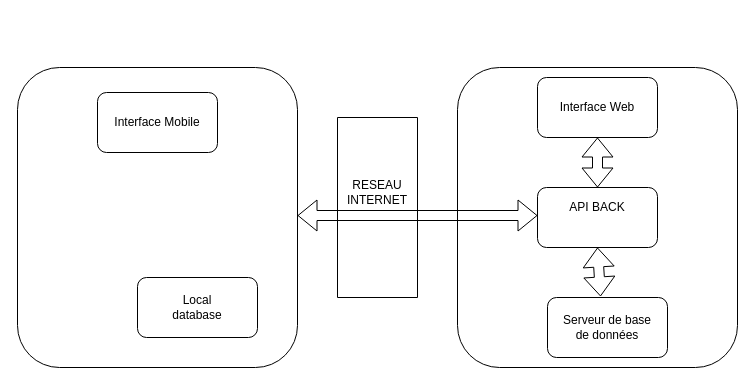
The draw.io diagram Architecture PNAFF.drawio in Abousidikou/BooksApi, before the edit. Source tidied: cells renumbered, new cells numbered last; positions are measured from the earlier drawing's top-left corner, leaving out a move shared by most shapes. Both pictures are drawn from the tidied source at 100%, with x=0, y=0 at pixel (17, 67).
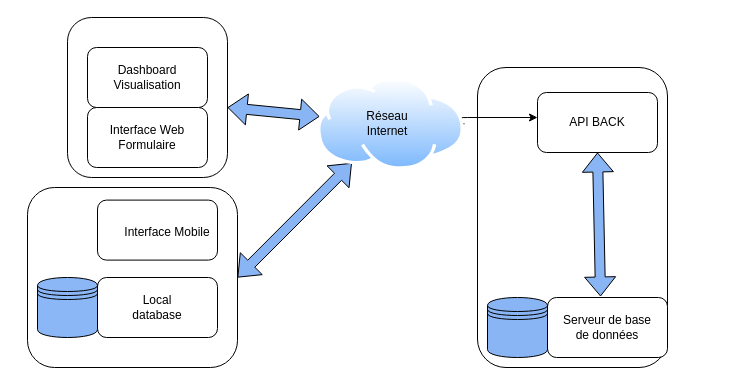
The same diagram, later.

Unchanged cells that the change refers to:
```xml
<mxCell id="8" style="rounded=1;whiteSpace=wrap;html=1;" parent="1" vertex="1">
  <mxGeometry x="530" y="230" width="120" height="60" as="geometry" />
</mxCell>
```

Change to the diagram source:
```diff
@@
-    <mxCell id="2" style="rounded=1;whiteSpace=wrap;html=1;" parent="1" vertex="1">
-      <mxGeometry width="280" height="300" as="geometry" />
+    <mxCell id="2" style="rounded=1;whiteSpace=wrap;html=1;gradientColor=none;" parent="1" vertex="1">
+      <mxGeometry x="10" y="120" width="210" height="180" as="geometry" />
     </mxCell>
     <mxCell id="3" style="rounded=1;whiteSpace=wrap;html=1;" parent="1" vertex="1">
-      <mxGeometry x="440" width="280" height="300" as="geometry" />
+      <mxGeometry x="460" width="190" height="300" as="geometry" />
     </mxCell>
     <mxCell id="4" style="rounded=1;whiteSpace=wrap;html=1;" parent="1" vertex="1">
-      <mxGeometry x="520" y="120" width="120" height="60" as="geometry" />
+      <mxGeometry x="520" y="25" width="120" height="60" as="geometry" />
     </mxCell>
-    <mxCell id="5" value="API BACK" style="text;html=1;strokeColor=none;fillColor=none;align=center;verticalAlign=middle;whiteSpace=wrap;rounded=0;" parent="1" vertex="1">
-      <mxGeometry x="550" y="125" width="60" height="30" as="geometry" />
+    <mxCell id="5" value="API BACK" style="text;html=1;strokeColor=none;fillColor=none;align=center;verticalAlign=middle;whiteSpace=wrap;rounded=1;" parent="1" vertex="1">
+      <mxGeometry x="550" y="40" width="60" height="30" as="geometry" />
     </mxCell>
-    <mxCell id="6" style="rounded=1;whiteSpace=wrap;html=1;" parent="1" vertex="1">
-      <mxGeometry x="120" y="210" width="120" height="60" as="geometry" />
+    <mxCell id="6" style="rounded=1;whiteSpace=wrap;html=1;labelBackgroundColor=none;" parent="1" vertex="1">
+      <mxGeometry x="80" y="210" width="120" height="60" as="geometry" />
     </mxCell>
-    <mxCell id="7" value="Local database" style="text;html=1;strokeColor=none;fillColor=none;align=center;verticalAlign=middle;whiteSpace=wrap;rounded=0;" parent="1" vertex="1">
-      <mxGeometry x="150" y="225" width="60" height="30" as="geometry" />
+    <mxCell id="7" value="Local database" style="text;html=1;strokeColor=none;fillColor=none;align=center;verticalAlign=middle;whiteSpace=wrap;rounded=1;" parent="1" vertex="1">
+      <mxGeometry x="110" y="225" width="60" height="30" as="geometry" />
     </mxCell>
@@
-    <mxCell id="9" value="Serveur de base de données" style="text;html=1;strokeColor=none;fillColor=none;align=center;verticalAlign=middle;whiteSpace=wrap;rounded=0;" parent="1" vertex="1">
+    <mxCell id="9" value="Serveur de base de données" style="text;html=1;strokeColor=none;fillColor=none;align=center;verticalAlign=middle;whiteSpace=wrap;rounded=1;" parent="1" vertex="1">
       <mxGeometry x="540" y="245" width="100" height="30" as="geometry" />
     </mxCell>
-    <mxCell id="10" style="rounded=1;whiteSpace=wrap;html=1;" parent="1" vertex="1">
-      <mxGeometry x="520" y="10" width="120" height="60" as="geometry" />
+    <mxCell id="10" style="rounded=1;whiteSpace=wrap;html=1;gradientColor=none;" parent="1" vertex="1">
+      <mxGeometry x="70" y="-20" width="120" height="60" as="geometry" />
     </mxCell>
-    <mxCell id="11" value="Interface Web " style="text;html=1;strokeColor=none;fillColor=none;align=center;verticalAlign=middle;whiteSpace=wrap;rounded=0;" parent="1" vertex="1">
-      <mxGeometry x="530" y="25" width="100" height="30" as="geometry" />
+    <mxCell id="11" value="Dashboard Visualisation" style="text;html=1;strokeColor=none;fillColor=none;align=center;verticalAlign=middle;whiteSpace=wrap;rounded=1;" parent="1" vertex="1">
+      <mxGeometry x="80" y="-5" width="100" height="30" as="geometry" />
     </mxCell>
     <mxCell id="12" style="rounded=1;whiteSpace=wrap;html=1;" parent="1" vertex="1">
-      <mxGeometry x="80" y="25" width="120" height="60" as="geometry" />
+      <mxGeometry x="80" y="132.6" width="120" height="60" as="geometry" />
     </mxCell>
-    <mxCell id="13" value="Interface Mobile" style="text;html=1;strokeColor=none;fillColor=none;align=center;verticalAlign=middle;whiteSpace=wrap;rounded=0;" parent="1" vertex="1">
-      <mxGeometry x="90" y="40" width="100" height="30" as="geometry" />
+    <mxCell id="13" value="Interface Mobile" style="text;html=1;strokeColor=none;fillColor=none;align=center;verticalAlign=middle;whiteSpace=wrap;rounded=1;" parent="1" vertex="1">
+      <mxGeometry x="100" y="150" width="100" height="30" as="geometry" />
     </mxCell>
-    <mxCell id="14" style="shape=flexArrow;endArrow=classic;startArrow=classic;html=1;rounded=0;" parent="1" edge="1">
-      <mxGeometry relative="1" as="geometry">
-        <mxPoint x="280" y="148" as="sourcePoint" />
-        <mxPoint x="520" y="148" as="targetPoint" />
-      </mxGeometry>
+    <mxCell id="14" style="shape=flexArrow;endArrow=classic;startArrow=classic;html=1;rounded=1;fillColor=#8AB5F5;exitX=1;exitY=0.5;exitDx=0;exitDy=0;" parent="1" edge="1" source="2" target="22">
+      <mxGeometry relative="1" as="geometry" />
     </mxCell>
-    <mxCell id="15" style="shape=flexArrow;endArrow=classic;startArrow=classic;html=1;rounded=0;entryX=0.5;entryY=1;entryDx=0;entryDy=0;exitX=0.5;exitY=0;exitDx=0;exitDy=0;" parent="1" edge="1" source="4" target="10">
-      <mxGeometry relative="1" as="geometry" />
+    <mxCell id="15" style="shape=flexArrow;endArrow=classic;startArrow=classic;html=1;rounded=1;entryX=1;entryY=0.5;entryDx=0;entryDy=0;fillColor=#8AB5F5;exitX=0.014;exitY=0.421;exitDx=0;exitDy=0;exitPerimeter=0;" parent="1" edge="1" source="22">
+      <mxGeometry relative="1" as="geometry">
+        <mxPoint x="210" y="40" as="targetPoint" />
+      </mxGeometry>
     </mxCell>
-    <mxCell id="16" style="shape=flexArrow;endArrow=classic;startArrow=classic;html=1;rounded=0;entryX=0.5;entryY=1;entryDx=0;entryDy=0;exitX=0.442;exitY=-0.017;exitDx=0;exitDy=0;exitPerimeter=0;" parent="1" edge="1" source="8" target="4">
+    <mxCell id="16" style="shape=flexArrow;endArrow=classic;startArrow=classic;html=1;rounded=1;entryX=0.5;entryY=1;entryDx=0;entryDy=0;exitX=0.442;exitY=-0.017;exitDx=0;exitDy=0;exitPerimeter=0;fillColor=#8AB5F5;" parent="1" edge="1" source="8" target="4">
       <mxGeometry relative="1" as="geometry" />
     </mxCell>
-    <mxCell id="17" style="swimlane;startSize=0;" parent="1" vertex="1">
-      <mxGeometry x="320" y="50" width="80" height="180" as="geometry" />
-    </mxCell>
-    <mxCell id="18" value="&lt;div&gt;RESEAU&lt;/div&gt;&lt;div&gt;INTERNET&lt;br&gt;&lt;/div&gt;" style="text;html=1;strokeColor=none;fillColor=none;align=center;verticalAlign=middle;whiteSpace=wrap;rounded=0;" parent="17" vertex="1">
-      <mxGeometry x="10" y="25" width="60" height="100" as="geometry" />
-    </mxCell>
+    <mxCell id="19" style="shape=datastore;whiteSpace=wrap;html=1;rounded=1;labelBackgroundColor=none;fillColor=#8AB5F5;" parent="1" vertex="1">
+      <mxGeometry x="470" y="230" width="60" height="60" as="geometry" />
+    </mxCell>
+    <mxCell id="20" style="shape=datastore;whiteSpace=wrap;html=1;rounded=1;fillColor=#8BB7F7;" parent="1" vertex="1">
+      <mxGeometry x="20" y="210" width="60" height="60" as="geometry" />
+    </mxCell>
+    <mxCell id="21" style="edgeStyle=orthogonalEdgeStyle;rounded=1;jettySize=auto;html=1;exitX=1;exitY=0.5;exitDx=0;exitDy=0;" parent="1" edge="1" source="22" target="4">
+      <mxGeometry relative="1" as="geometry">
+        <Array as="points">
+          <mxPoint x="440" y="50" />
+        </Array>
+      </mxGeometry>
+    </mxCell>
+    <mxCell id="22" style="image;perimeter=ellipsePerimeter;html=1;align=center;shadow=0;dashed=0;spacingTop=3;image=img/lib/active_directory/internet_cloud.svg;rounded=1;" parent="1" vertex="1">
+      <mxGeometry x="300" y="10" width="147" height="92.6" as="geometry" />
+    </mxCell>
+    <mxCell id="23" value="Réseau Internet" style="text;html=1;strokeColor=none;fillColor=none;align=center;verticalAlign=middle;whiteSpace=wrap;rounded=0;" parent="1" vertex="1">
+      <mxGeometry x="340" y="41.3" width="60" height="30" as="geometry" />
+    </mxCell>
+    <mxCell id="24" value="Interface Web Formulaire" style="rounded=1;whiteSpace=wrap;html=1;gradientColor=none;" parent="1" vertex="1">
+      <mxGeometry x="70" y="40" width="120" height="60" as="geometry" />
+    </mxCell>
+    <mxCell id="25" style="whiteSpace=wrap;html=1;rounded=1;fillOpacity=100;fillColor=none;" parent="1" vertex="1">
+      <mxGeometry x="50" y="-50" width="160" height="160" as="geometry" />
+    </mxCell>
```
